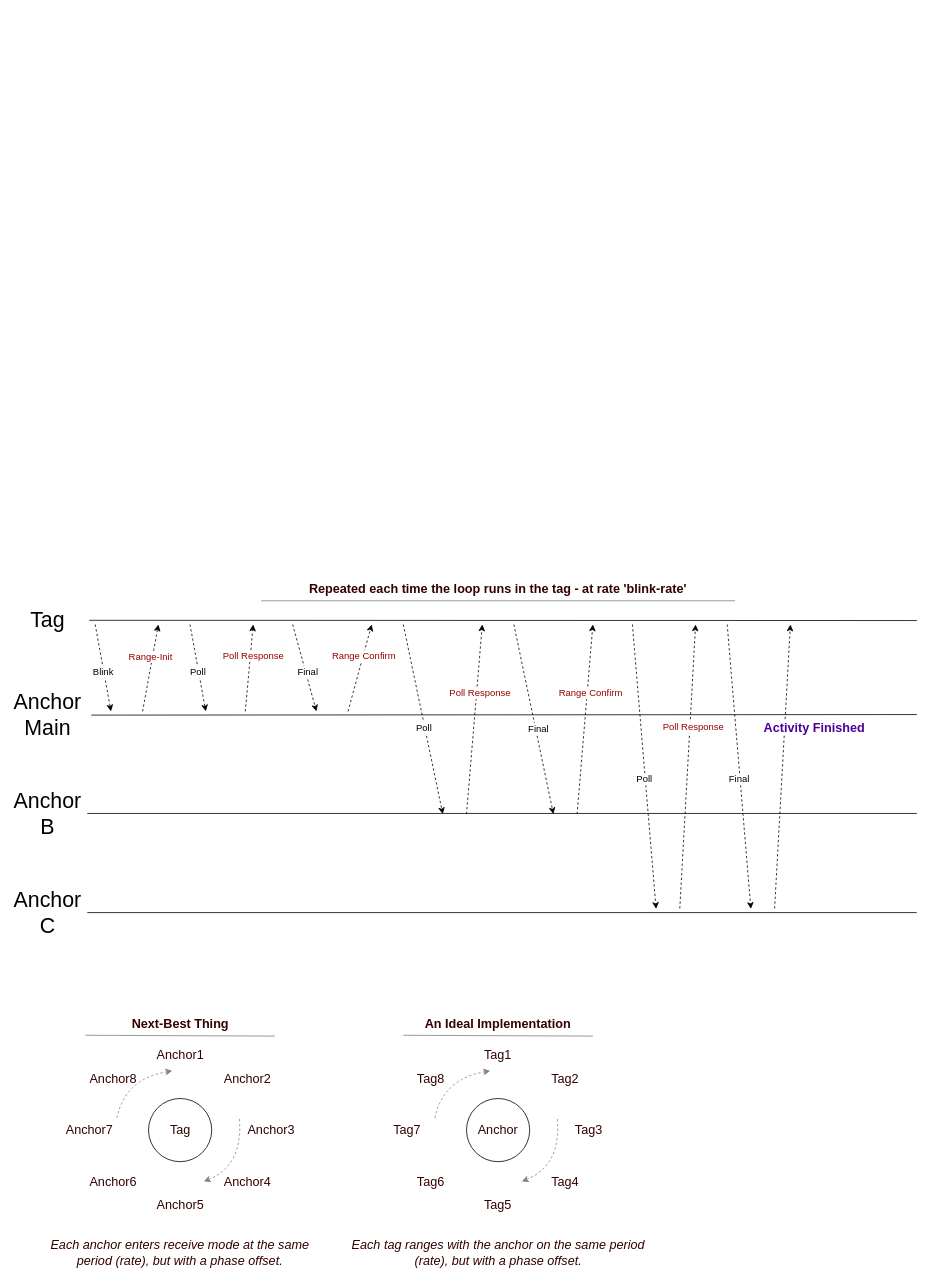
This is RE DW1000 Code.drawio from zackwhit/ScoreCorn, a draw.io file, before an edit. Source tidied: cells renumbered, new cells numbered last; positions are measured from the earlier drawing's top-left corner, leaving out a move shared by most shapes. Both pictures are drawn from the tidied source at 79%, with x=0, y=0 at pixel (24, 577).
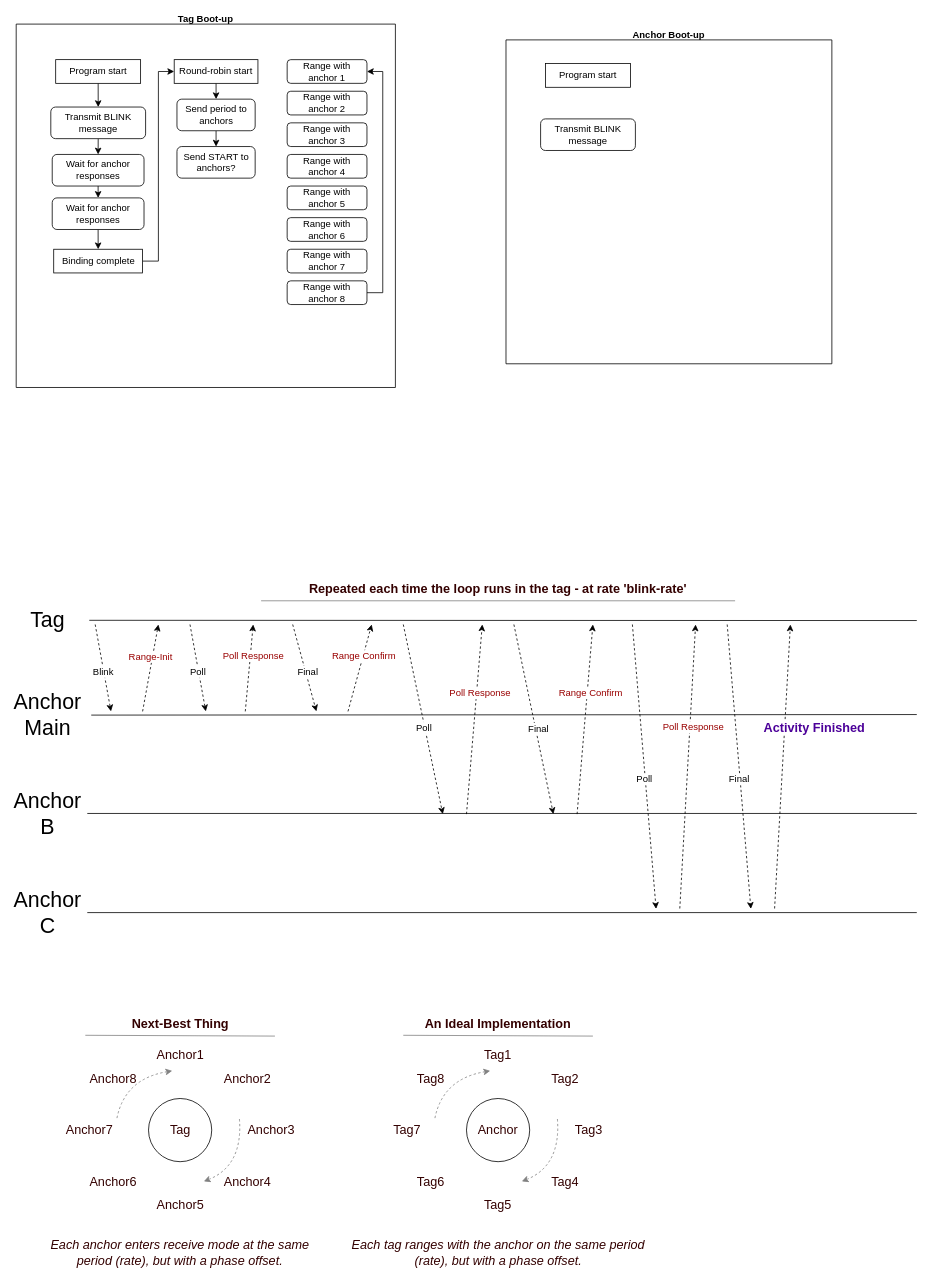
The same page after the edit.

Change to the diagram source:
```diff
@@
+    <mxCell id="54" value="Tag Boot-up&#10;" style="swimlane;startSize=0;" parent="1" vertex="1">
+      <mxGeometry x="-10" y="-700" width="480" height="460" as="geometry" />
+    </mxCell>
+    <mxCell id="55" style="edgeStyle=orthogonalEdgeStyle;rounded=0;jettySize=auto;html=1;exitX=0.5;exitY=1;exitDx=0;exitDy=0;entryX=0.5;entryY=0;entryDx=0;entryDy=0;" parent="54" edge="1" source="56" target="58">
+      <mxGeometry relative="1" as="geometry" />
+    </mxCell>
+    <mxCell id="56" value="Program start" style="rounded=0;whiteSpace=wrap;html=1;" parent="54" vertex="1">
+      <mxGeometry x="50" y="45" width="107.5" height="30" as="geometry" />
+    </mxCell>
+    <mxCell id="57" style="edgeStyle=orthogonalEdgeStyle;rounded=0;jettySize=auto;html=1;exitX=0.5;exitY=1;exitDx=0;exitDy=0;entryX=0.5;entryY=0;entryDx=0;entryDy=0;" parent="54" edge="1" source="58" target="60">
+      <mxGeometry relative="1" as="geometry" />
+    </mxCell>
+    <mxCell id="58" value="Transmit BLINK message" style="rounded=1;whiteSpace=wrap;html=1;" parent="54" vertex="1">
+      <mxGeometry x="43.8" y="105" width="120" height="40" as="geometry" />
+    </mxCell>
+    <mxCell id="59" style="edgeStyle=orthogonalEdgeStyle;rounded=0;jettySize=auto;html=1;exitX=0.5;exitY=1;exitDx=0;exitDy=0;entryX=0.5;entryY=0;entryDx=0;entryDy=0;" parent="54" edge="1" source="60" target="62">
+      <mxGeometry relative="1" as="geometry" />
+    </mxCell>
+    <mxCell id="60" value="Wait for anchor responses" style="rounded=1;whiteSpace=wrap;html=1;" parent="54" vertex="1">
+      <mxGeometry x="45.6" y="165" width="116.2" height="40" as="geometry" />
+    </mxCell>
+    <mxCell id="61" style="edgeStyle=orthogonalEdgeStyle;rounded=0;jettySize=auto;html=1;exitX=0.5;exitY=1;exitDx=0;exitDy=0;entryX=0.5;entryY=0;entryDx=0;entryDy=0;" parent="54" edge="1" source="62" target="64">
+      <mxGeometry relative="1" as="geometry" />
+    </mxCell>
+    <mxCell id="62" value="Wait for anchor responses" style="rounded=1;whiteSpace=wrap;html=1;" parent="54" vertex="1">
+      <mxGeometry x="45.6" y="220" width="116.2" height="40" as="geometry" />
+    </mxCell>
+    <mxCell id="63" style="edgeStyle=orthogonalEdgeStyle;rounded=0;jettySize=auto;html=1;exitX=1;exitY=0.5;exitDx=0;exitDy=0;entryX=0;entryY=0.5;entryDx=0;entryDy=0;" parent="54" edge="1" source="64" target="66">
+      <mxGeometry relative="1" as="geometry" />
+    </mxCell>
+    <mxCell id="64" value="Binding complete" style="rounded=0;whiteSpace=wrap;html=1;" parent="54" vertex="1">
+      <mxGeometry x="47.5" y="285" width="112.5" height="30" as="geometry" />
+    </mxCell>
+    <mxCell id="65" style="edgeStyle=orthogonalEdgeStyle;rounded=0;jettySize=auto;html=1;exitX=0.5;exitY=1;exitDx=0;exitDy=0;entryX=0.5;entryY=0;entryDx=0;entryDy=0;" parent="54" edge="1" source="66" target="68">
+      <mxGeometry relative="1" as="geometry" />
+    </mxCell>
+    <mxCell id="66" value="&lt;div&gt;Round-robin start&lt;/div&gt;" style="rounded=0;whiteSpace=wrap;html=1;" parent="54" vertex="1">
+      <mxGeometry x="200" y="45" width="106" height="30" as="geometry" />
+    </mxCell>
+    <mxCell id="67" style="edgeStyle=orthogonalEdgeStyle;rounded=0;jettySize=auto;html=1;exitX=0.5;exitY=1;exitDx=0;exitDy=0;entryX=0.5;entryY=0;entryDx=0;entryDy=0;" parent="54" edge="1" source="68" target="69">
+      <mxGeometry relative="1" as="geometry" />
+    </mxCell>
+    <mxCell id="68" value="Send period to anchors" style="rounded=1;whiteSpace=wrap;html=1;" parent="54" vertex="1">
+      <mxGeometry x="203.5" y="95" width="99" height="40" as="geometry" />
+    </mxCell>
+    <mxCell id="69" value="Send START to anchors?" style="rounded=1;whiteSpace=wrap;html=1;" parent="54" vertex="1">
+      <mxGeometry x="203.5" y="155" width="99" height="40" as="geometry" />
+    </mxCell>
+    <mxCell id="70" value="Range with anchor 1" style="rounded=1;whiteSpace=wrap;html=1;" parent="54" vertex="1">
+      <mxGeometry x="343" y="45" width="101" height="30" as="geometry" />
+    </mxCell>
+    <mxCell id="71" value="Range with anchor 2" style="rounded=1;whiteSpace=wrap;html=1;" parent="54" vertex="1">
+      <mxGeometry x="343" y="85" width="101" height="30" as="geometry" />
+    </mxCell>
+    <mxCell id="72" value="Range with anchor 3" style="rounded=1;whiteSpace=wrap;html=1;" parent="54" vertex="1">
+      <mxGeometry x="343" y="125" width="101" height="30" as="geometry" />
+    </mxCell>
+    <mxCell id="73" value="Range with anchor 4" style="rounded=1;whiteSpace=wrap;html=1;" parent="54" vertex="1">
+      <mxGeometry x="343" y="165" width="101" height="30" as="geometry" />
+    </mxCell>
+    <mxCell id="74" value="Range with anchor 5" style="rounded=1;whiteSpace=wrap;html=1;" parent="54" vertex="1">
+      <mxGeometry x="343" y="205" width="101" height="30" as="geometry" />
+    </mxCell>
+    <mxCell id="75" value="Range with anchor 6" style="rounded=1;whiteSpace=wrap;html=1;" parent="54" vertex="1">
+      <mxGeometry x="343" y="245" width="101" height="30" as="geometry" />
+    </mxCell>
+    <mxCell id="76" value="&lt;div&gt;Range with anchor 7&lt;/div&gt;" style="rounded=1;whiteSpace=wrap;html=1;" parent="54" vertex="1">
+      <mxGeometry x="343" y="285" width="101" height="30" as="geometry" />
+    </mxCell>
+    <mxCell id="77" style="edgeStyle=orthogonalEdgeStyle;rounded=0;jettySize=auto;html=1;exitX=1;exitY=0.5;exitDx=0;exitDy=0;entryX=1;entryY=0.5;entryDx=0;entryDy=0;" parent="54" edge="1" source="78" target="70">
+      <mxGeometry relative="1" as="geometry" />
+    </mxCell>
+    <mxCell id="78" value="&lt;div&gt;Range with anchor 8&lt;br&gt;&lt;/div&gt;" style="rounded=1;whiteSpace=wrap;html=1;" parent="54" vertex="1">
+      <mxGeometry x="343" y="325" width="101" height="30" as="geometry" />
+    </mxCell>
+    <mxCell id="79" value="Anchor Boot-up&#10;" style="swimlane;startSize=0;" parent="1" vertex="1">
+      <mxGeometry x="610" y="-680" width="412.5" height="410" as="geometry" />
+    </mxCell>
+    <mxCell id="80" value="Program start" style="rounded=0;whiteSpace=wrap;html=1;" parent="79" vertex="1">
+      <mxGeometry x="50" y="30" width="107.5" height="30" as="geometry" />
+    </mxCell>
+    <mxCell id="81" value="Transmit BLINK message" style="rounded=1;whiteSpace=wrap;html=1;" parent="79" vertex="1">
+      <mxGeometry x="43.8" y="100" width="120" height="40" as="geometry" />
+    </mxCell>
```
